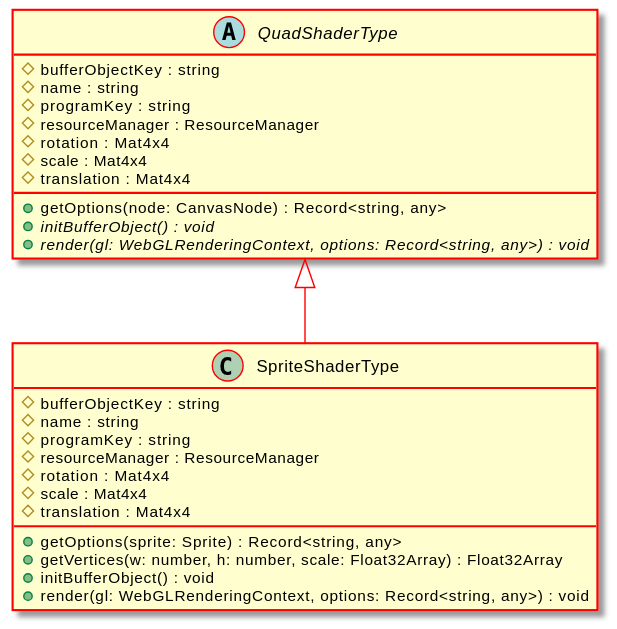
Above: docs/api/assets/SpriteShaderType-umlClassDiagram-5854.svg in Test123938/Test2 (PlantUML), before the change. Source of this version:
```plantuml
@startuml
skinparam ClassArrowColor #ff0000
skinparam ClassBorderColor #ff0000
skinparam BackgroundColor transparent
hide empty methods
hide empty fields
class "SpriteShaderType" {
    #bufferObjectKey : string
    #name : string
    #programKey : string
    #resourceManager : ResourceManager
    #rotation : Mat4x4
    #scale : Mat4x4
    #translation : Mat4x4
    +getOptions(sprite: Sprite) : Record<string, any>
    +getVertices(w: number, h: number, scale: Float32Array) : Float32Array
    +initBufferObject() : void
    +render(gl: WebGLRenderingContext, options: Record<string, any>) : void
}
abstract class "QuadShaderType" {
    #bufferObjectKey : string
    #name : string
    #programKey : string
    #resourceManager : ResourceManager
    #rotation : Mat4x4
    #scale : Mat4x4
    #translation : Mat4x4
    +getOptions(node: CanvasNode) : Record<string, any>
    {abstract} +initBufferObject() : void
    {abstract} +render(gl: WebGLRenderingContext, options: Record<string, any>) : void
}
"QuadShaderType" <|-- "SpriteShaderType"
@enduml
```
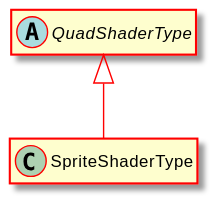
The same file after the commit.

What changed in the source:
```diff
@@ -5,29 +5,8 @@
 hide empty methods
 hide empty fields
 class "SpriteShaderType" {
-    #bufferObjectKey : string
-    #name : string
-    #programKey : string
-    #resourceManager : ResourceManager
-    #rotation : Mat4x4
-    #scale : Mat4x4
-    #translation : Mat4x4
-    +getOptions(sprite: Sprite) : Record<string, any>
-    +getVertices(w: number, h: number, scale: Float32Array) : Float32Array
-    +initBufferObject() : void
-    +render(gl: WebGLRenderingContext, options: Record<string, any>) : void
 }
 abstract class "QuadShaderType" {
-    #bufferObjectKey : string
-    #name : string
-    #programKey : string
-    #resourceManager : ResourceManager
-    #rotation : Mat4x4
-    #scale : Mat4x4
-    #translation : Mat4x4
-    +getOptions(node: CanvasNode) : Record<string, any>
-    {abstract} +initBufferObject() : void
-    {abstract} +render(gl: WebGLRenderingContext, options: Record<string, any>) : void
 }
 "QuadShaderType" <|-- "SpriteShaderType"
 @enduml
```
